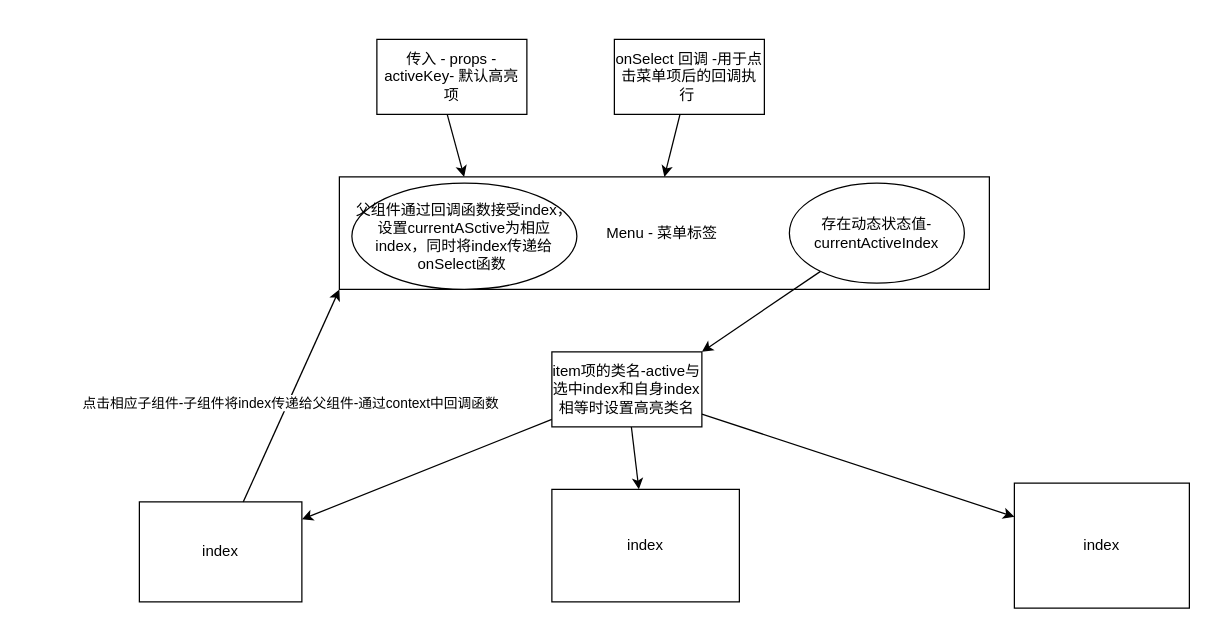
This is menu_activeIndex_onselect.dio from xie10101/instant_ui, a draw.io file, before an edit. Source tidied: cells renumbered, new cells numbered last; positions are measured from the earlier drawing's top-left corner, leaving out a move shared by most shapes. Both pictures are drawn from the tidied source at 125%, with x=0, y=0 at pixel (139, 39).
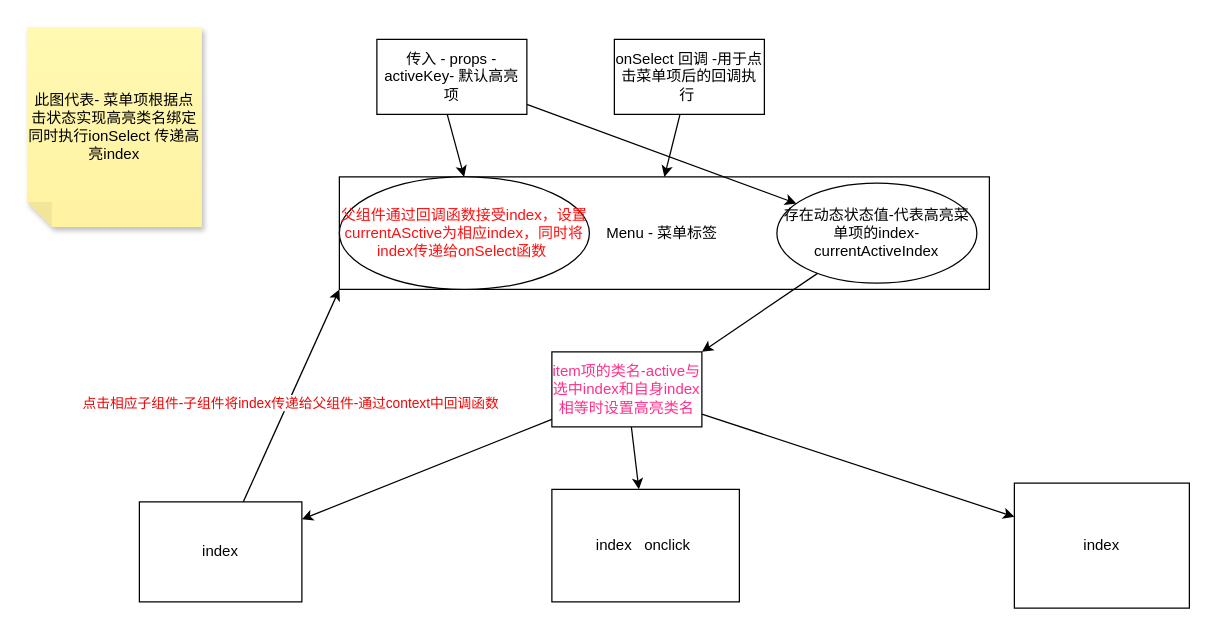
Above is the later version.

Unchanged cells that the change refers to:
```xml
<mxCell id="7" value="传入 - props - activeKey- 默认高亮项" style="whiteSpace=wrap;html=1;" parent="1" vertex="1">
  <mxGeometry x="190" width="120" height="60" as="geometry" />
</mxCell>
<mxCell id="16" style="edgeStyle=none;html=1;entryX=0;entryY=1;entryDx=0;entryDy=0;" parent="1" edge="1" source="3" target="2">
  <mxGeometry relative="1" as="geometry" />
</mxCell>
```

What changed in the source:
```diff
@@
-    <mxCell id="4" value="index" style="whiteSpace=wrap;html=1;" parent="1" vertex="1">
+    <mxCell id="4" value="index&amp;nbsp; &amp;nbsp;onclick&amp;nbsp;" style="whiteSpace=wrap;html=1;" parent="1" vertex="1">
       <mxGeometry x="330" y="360" width="150" height="90" as="geometry" />
     </mxCell>
@@
+    <mxCell id="19" style="edgeStyle=none;html=1;" parent="1" edge="1" source="7" target="15">
+      <mxGeometry relative="1" as="geometry" />
+    </mxCell>
@@
-    <mxCell id="13" value="item项的类名-active与选中index和自身index相等时设置高亮类名" style="whiteSpace=wrap;html=1;" parent="1" vertex="1">
+    <mxCell id="13" value="&lt;font style=&quot;color: rgb(255, 49, 137);&quot;&gt;item项的类名-active与选中index和自身index相等时设置高亮类名&lt;/font&gt;" style="whiteSpace=wrap;html=1;" parent="1" vertex="1">
       <mxGeometry x="330" y="250" width="120" height="60" as="geometry" />
     </mxCell>
@@
-    <mxCell id="15" value="存在动态状态值-currentActiveIndex" style="ellipse;whiteSpace=wrap;html=1;" parent="1" vertex="1">
-      <mxGeometry x="520" y="115" width="140" height="80" as="geometry" />
+    <mxCell id="15" value="存在动态状态值-代表高亮菜单项的index-currentActiveIndex" style="ellipse;whiteSpace=wrap;html=1;" parent="1" vertex="1">
+      <mxGeometry x="510" y="115" width="160" height="80" as="geometry" />
     </mxCell>
@@
-    <mxCell id="17" value="点击相应子组件-子组件将index传递给父组件-通过context中回调函数" style="edgeLabel;html=1;align=center;verticalAlign=middle;" parent="16" vertex="1">
+    <mxCell id="17" value="&lt;font style=&quot;color: light-dark(rgb(237, 7, 7), rgb(237, 237, 237));&quot;&gt;点击相应子组件-子组件将index传递给父组件-通过context中回调函数&lt;/font&gt;" style="edgeLabel;html=1;align=center;verticalAlign=middle;" parent="16" vertex="1">
       <mxGeometry x="0.02" relative="1" as="geometry">
         <mxPoint x="-2" y="7" as="offset" />
       </mxGeometry>
     </mxCell>
-    <mxCell id="18" value="父组件通过回调函数接受index，设置currentASctive为相应index，同时将index传递给onSelect函数&amp;nbsp;" style="ellipse;whiteSpace=wrap;html=1;" parent="1" vertex="1">
-      <mxGeometry x="170" y="115" width="180" height="85" as="geometry" />
+    <mxCell id="18" value="&lt;font style=&quot;color: rgb(255, 16, 16);&quot;&gt;父组件通过回调函数接受index，设置currentASctive为相应index，同时将index传递给onSelect函数&amp;nbsp;&lt;/font&gt;" style="ellipse;whiteSpace=wrap;html=1;" parent="1" vertex="1">
+      <mxGeometry x="160" y="110" width="200" height="90" as="geometry" />
     </mxCell>
+    <mxCell id="20" value="此图代表- 菜单项根据点击状态实现高亮类名绑定&lt;div&gt;同时执行ionSelect 传递高亮index&lt;/div&gt;" style="shape=note;whiteSpace=wrap;html=1;backgroundOutline=1;fontColor=#000000;darkOpacity=0.05;fillColor=#FFF9B2;strokeColor=none;fillStyle=solid;direction=west;gradientDirection=north;gradientColor=#FFF2A1;shadow=1;size=20;" parent="1" vertex="1">
+      <mxGeometry x="-90" y="-10" width="140" height="160" as="geometry" />
+    </mxCell>
```
